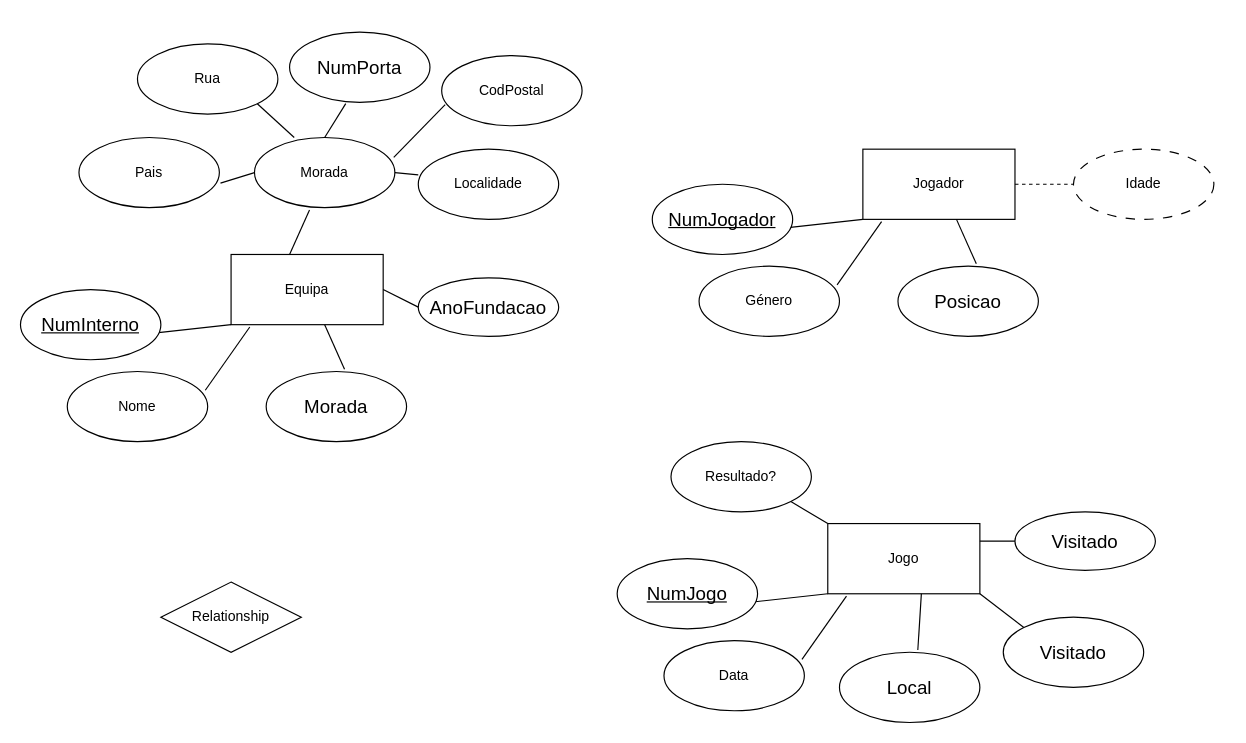
Earlier version of the draw.io diagram Equipas.drawio (RubenA2109/diagramas). Source tidied: cells renumbered, new cells numbered last; positions are measured from the earlier drawing's top-left corner, leaving out a move shared by most shapes. Both pictures are drawn from the tidied source at 117%, with x=0, y=0 at pixel (20, 32).
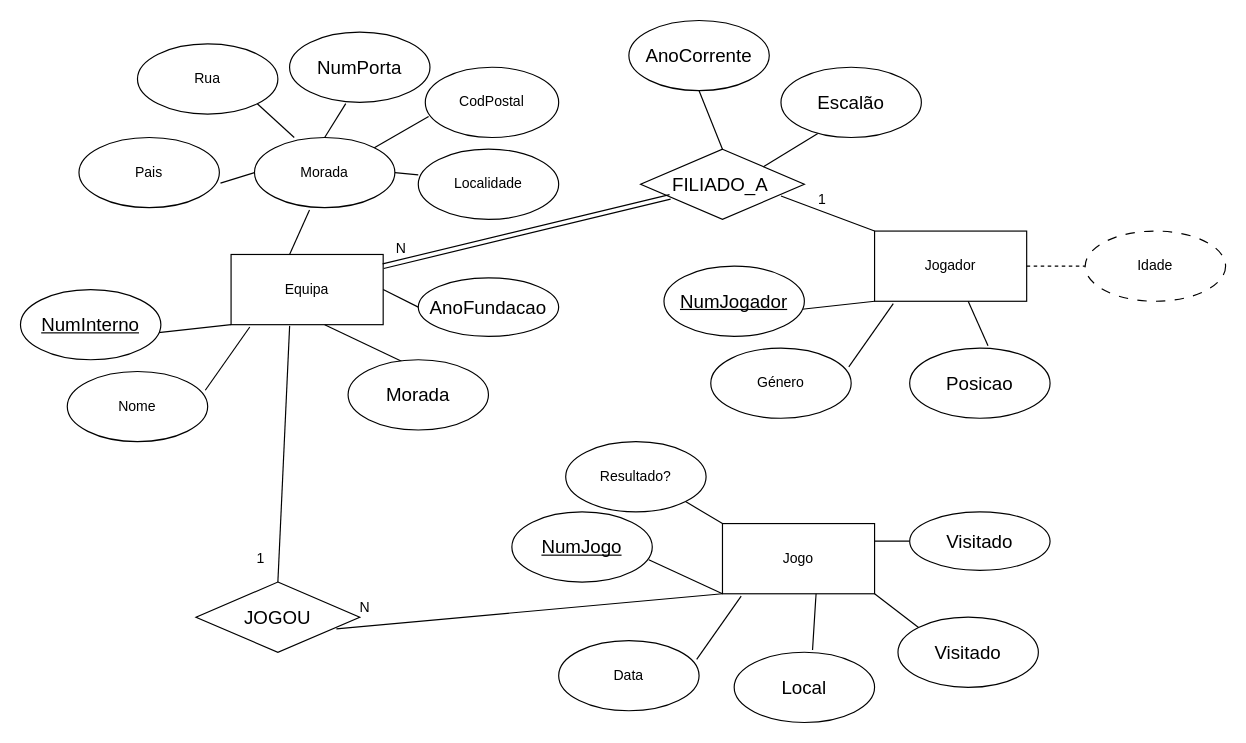
Above is the later version.

The change refers to these unchanged cells:
```xml
<mxCell id="2" value="Equipa" style="rounded=0;whiteSpace=wrap;html=1;" parent="1" vertex="1">
  <mxGeometry x="180" y="190" width="130" height="60" as="geometry" />
</mxCell>
<mxCell id="10" value="Morada" style="ellipse;whiteSpace=wrap;html=1;" parent="1" vertex="1">
  <mxGeometry x="200" y="90" width="120" height="60" as="geometry" />
</mxCell>
```

What changed in the source:
```diff
@@
-    <mxCell id="7" style="endArrow=none;html=1;rounded=0;entryX=0;entryY=1;entryDx=0;entryDy=0;exitX=0.558;exitY=-0.033;exitDx=0;exitDy=0;exitPerimeter=0;" parent="1" edge="1" source="8">
+    <mxCell id="7" style="endArrow=none;html=1;rounded=0;entryX=0;entryY=1;entryDx=0;entryDy=0;exitX=0.392;exitY=0.033;exitDx=0;exitDy=0;exitPerimeter=0;" parent="1" edge="1" source="8">
       <mxGeometry relative="1" as="geometry">
         <mxPoint x="260" y="250" as="targetPoint" />
       </mxGeometry>
     </mxCell>
     <mxCell id="8" value="&lt;span id=&quot;docs-internal-guid-864a7e43-7fff-2307-8ba5-d3fcd2a51fee&quot;&gt;&lt;span style=&quot;font-size: 12pt; font-family: Calibri, sans-serif; background-color: transparent; font-variant-numeric: normal; font-variant-east-asian: normal; font-variant-alternates: normal; font-variant-position: normal; font-variant-emoji: normal; vertical-align: baseline; white-space-collapse: preserve;&quot;&gt;Morada&lt;/span&gt;&lt;/span&gt;" style="ellipse;whiteSpace=wrap;html=1;" parent="1" vertex="1">
-      <mxGeometry x="210" y="290" width="120" height="60" as="geometry" />
+      <mxGeometry x="280" y="280" width="120" height="60" as="geometry" />
     </mxCell>
@@
     <mxCell id="17" value="CodPostal" style="ellipse;whiteSpace=wrap;html=1;" parent="1" vertex="1">
-      <mxGeometry x="360" y="20" width="120" height="60" as="geometry" />
+      <mxGeometry x="346" y="30" width="114" height="60" as="geometry" />
     </mxCell>
-    <mxCell id="18" style="endArrow=none;html=1;rounded=0;entryX=0.025;entryY=0.7;entryDx=0;entryDy=0;entryPerimeter=0;exitX=0.992;exitY=0.283;exitDx=0;exitDy=0;exitPerimeter=0;" parent="1" edge="1" source="10" target="17">
+    <mxCell id="18" style="endArrow=none;html=1;rounded=0;entryX=0.025;entryY=0.7;entryDx=0;entryDy=0;entryPerimeter=0;exitX=1;exitY=0;exitDx=0;exitDy=0;" parent="1" edge="1" source="10" target="17">
       <mxGeometry relative="1" as="geometry" />
     </mxCell>
@@
     <mxCell id="23" value="Jogador" style="rounded=0;whiteSpace=wrap;html=1;" parent="1" vertex="1">
-      <mxGeometry x="720" y="100" width="130" height="60" as="geometry" />
+      <mxGeometry x="730" y="170" width="130" height="60" as="geometry" />
     </mxCell>
     <mxCell id="24" style="endArrow=none;html=1;rounded=0;exitX=0.967;exitY=0.617;exitDx=0;exitDy=0;exitPerimeter=0;" parent="1" edge="1" source="25">
       <mxGeometry relative="1" as="geometry">
-        <mxPoint x="720" y="160" as="targetPoint" />
+        <mxPoint x="730" y="230" as="targetPoint" />
       </mxGeometry>
     </mxCell>
     <mxCell id="25" value="&lt;span id=&quot;docs-internal-guid-fb074735-7fff-1467-12a6-5c1d7fd0b527&quot;&gt;&lt;span style=&quot;font-size: 12pt; font-family: Calibri, sans-serif; background-color: transparent; font-variant-numeric: normal; font-variant-east-asian: normal; font-variant-alternates: normal; font-variant-position: normal; font-variant-emoji: normal; text-decoration-line: underline; text-decoration-skip-ink: none; vertical-align: baseline; white-space-collapse: preserve;&quot;&gt;NumJogador&lt;/span&gt;&lt;/span&gt;" style="ellipse;whiteSpace=wrap;html=1;" parent="1" vertex="1">
-      <mxGeometry x="540" y="130" width="120" height="60" as="geometry" />
+      <mxGeometry x="550" y="200" width="120" height="60" as="geometry" />
     </mxCell>
@@
     <mxCell id="27" value="Género" style="ellipse;whiteSpace=wrap;html=1;" parent="1" vertex="1">
-      <mxGeometry x="580" y="200" width="120" height="60" as="geometry" />
+      <mxGeometry x="590" y="270" width="120" height="60" as="geometry" />
     </mxCell>
     <mxCell id="28" style="endArrow=none;html=1;rounded=0;entryX=0;entryY=1;entryDx=0;entryDy=0;exitX=0.558;exitY=-0.033;exitDx=0;exitDy=0;exitPerimeter=0;" parent="1" edge="1" source="29">
       <mxGeometry relative="1" as="geometry">
-        <mxPoint x="800" y="160" as="targetPoint" />
+        <mxPoint x="810" y="230" as="targetPoint" />
       </mxGeometry>
     </mxCell>
     <mxCell id="29" value="&lt;span id=&quot;docs-internal-guid-864a7e43-7fff-2307-8ba5-d3fcd2a51fee&quot;&gt;&lt;span style=&quot;font-size: 12pt; font-family: Calibri, sans-serif; background-color: transparent; font-variant-numeric: normal; font-variant-east-asian: normal; font-variant-alternates: normal; font-variant-position: normal; font-variant-emoji: normal; vertical-align: baseline; white-space-collapse: preserve;&quot;&gt;Posicao&lt;/span&gt;&lt;/span&gt;" style="ellipse;whiteSpace=wrap;html=1;" parent="1" vertex="1">
-      <mxGeometry x="750" y="200" width="120" height="60" as="geometry" />
+      <mxGeometry x="760" y="270" width="120" height="60" as="geometry" />
     </mxCell>
     <mxCell id="30" style="endArrow=none;dashed=1;html=1;rounded=0;exitX=1;exitY=0.5;exitDx=0;exitDy=0;" parent="1" edge="1" source="23">
       <mxGeometry relative="1" as="geometry">
-        <mxPoint x="900" y="130" as="targetPoint" />
+        <mxPoint x="910" y="200" as="targetPoint" />
       </mxGeometry>
     </mxCell>
     <mxCell id="31" value="Idade" style="ellipse;whiteSpace=wrap;html=1;dashed=1;dashPattern=8 8;" parent="1" vertex="1">
-      <mxGeometry x="900" y="100" width="120" height="60" as="geometry" />
+      <mxGeometry x="910" y="170" width="120" height="60" as="geometry" />
     </mxCell>
     <mxCell id="32" value="Jogo" style="rounded=0;whiteSpace=wrap;html=1;" parent="1" vertex="1">
-      <mxGeometry x="690" y="420" width="130" height="60" as="geometry" />
+      <mxGeometry x="600" y="420" width="130" height="60" as="geometry" />
     </mxCell>
-    <mxCell id="33" style="endArrow=none;html=1;rounded=0;exitX=0.967;exitY=0.617;exitDx=0;exitDy=0;exitPerimeter=0;" parent="1" edge="1" source="34">
+    <mxCell id="33" style="endArrow=none;html=1;rounded=0;exitX=0.975;exitY=0.683;exitDx=0;exitDy=0;exitPerimeter=0;" parent="1" edge="1" source="34">
       <mxGeometry relative="1" as="geometry">
-        <mxPoint x="690" y="480" as="targetPoint" />
+        <mxPoint x="600" y="480" as="targetPoint" />
       </mxGeometry>
     </mxCell>
     <mxCell id="34" value="&lt;span id=&quot;docs-internal-guid-fb074735-7fff-1467-12a6-5c1d7fd0b527&quot;&gt;&lt;span style=&quot;font-size: 12pt; font-family: Calibri, sans-serif; background-color: transparent; font-variant-numeric: normal; font-variant-east-asian: normal; font-variant-alternates: normal; font-variant-position: normal; font-variant-emoji: normal; text-decoration-line: underline; text-decoration-skip-ink: none; vertical-align: baseline; white-space-collapse: preserve;&quot;&gt;NumJogo&lt;/span&gt;&lt;/span&gt;" style="ellipse;whiteSpace=wrap;html=1;" parent="1" vertex="1">
-      <mxGeometry x="510" y="450" width="120" height="60" as="geometry" />
+      <mxGeometry x="420" y="410" width="120" height="60" as="geometry" />
     </mxCell>
@@
     <mxCell id="36" value="Data" style="ellipse;whiteSpace=wrap;html=1;" parent="1" vertex="1">
-      <mxGeometry x="550" y="520" width="120" height="60" as="geometry" />
+      <mxGeometry x="460" y="520" width="120" height="60" as="geometry" />
     </mxCell>
     <mxCell id="37" style="endArrow=none;html=1;rounded=0;entryX=0;entryY=1;entryDx=0;entryDy=0;exitX=0.558;exitY=-0.033;exitDx=0;exitDy=0;exitPerimeter=0;" parent="1" edge="1" source="38">
       <mxGeometry relative="1" as="geometry">
-        <mxPoint x="770" y="480" as="targetPoint" />
+        <mxPoint x="680" y="480" as="targetPoint" />
       </mxGeometry>
     </mxCell>
     <mxCell id="38" value="&lt;span id=&quot;docs-internal-guid-864a7e43-7fff-2307-8ba5-d3fcd2a51fee&quot;&gt;&lt;span style=&quot;font-size: 12pt; font-family: Calibri, sans-serif; background-color: transparent; font-variant-numeric: normal; font-variant-east-asian: normal; font-variant-alternates: normal; font-variant-position: normal; font-variant-emoji: normal; vertical-align: baseline; white-space-collapse: preserve;&quot;&gt;Local&lt;/span&gt;&lt;/span&gt;" style="ellipse;whiteSpace=wrap;html=1;" parent="1" vertex="1">
-      <mxGeometry x="700" y="530" width="120" height="60" as="geometry" />
+      <mxGeometry x="610" y="530" width="120" height="60" as="geometry" />
     </mxCell>
@@
     <mxCell id="40" value="&lt;span id=&quot;docs-internal-guid-864a7e43-7fff-2307-8ba5-d3fcd2a51fee&quot;&gt;&lt;span style=&quot;font-size: 12pt; font-family: Calibri, sans-serif; background-color: transparent; font-variant-numeric: normal; font-variant-east-asian: normal; font-variant-alternates: normal; font-variant-position: normal; font-variant-emoji: normal; vertical-align: baseline; white-space-collapse: preserve;&quot;&gt;Visitado&lt;/span&gt;&lt;/span&gt;" style="ellipse;whiteSpace=wrap;html=1;" parent="1" vertex="1">
-      <mxGeometry x="840" y="500" width="120" height="60" as="geometry" />
+      <mxGeometry x="750" y="500" width="120" height="60" as="geometry" />
     </mxCell>
     <mxCell id="41" style="endArrow=none;html=1;rounded=0;exitX=1;exitY=0.5;exitDx=0;exitDy=0;entryX=0;entryY=0.5;entryDx=0;entryDy=0;" parent="1" edge="1" target="42">
       <mxGeometry relative="1" as="geometry">
-        <mxPoint x="820" y="435" as="sourcePoint" />
+        <mxPoint x="730" y="435" as="sourcePoint" />
       </mxGeometry>
     </mxCell>
     <mxCell id="42" value="&lt;span id=&quot;docs-internal-guid-02809a7c-7fff-371c-dbe4-12a1901e9a56&quot;&gt;&lt;span style=&quot;font-size: 12pt; font-family: Calibri, sans-serif; background-color: transparent; font-variant-numeric: normal; font-variant-east-asian: normal; font-variant-alternates: normal; font-variant-position: normal; font-variant-emoji: normal; vertical-align: baseline; white-space-collapse: preserve;&quot;&gt;Visitado&lt;/span&gt;&lt;/span&gt;" style="ellipse;whiteSpace=wrap;html=1;" parent="1" vertex="1">
-      <mxGeometry x="850" y="410" width="120" height="50" as="geometry" />
+      <mxGeometry x="760" y="410" width="120" height="50" as="geometry" />
     </mxCell>
@@
     <mxCell id="44" value="Resultado?" style="ellipse;whiteSpace=wrap;html=1;" parent="1" vertex="1">
-      <mxGeometry x="556" y="350" width="120" height="60" as="geometry" />
+      <mxGeometry x="466" y="350" width="120" height="60" as="geometry" />
     </mxCell>
-    <mxCell id="45" value="Relationship" style="shape=rhombus;perimeter=rhombusPerimeter;whiteSpace=wrap;html=1;align=center;" parent="1" vertex="1">
-      <mxGeometry x="120" y="470" width="120" height="60" as="geometry" />
+    <mxCell id="45" value="&lt;span id=&quot;docs-internal-guid-3bac1d76-7fff-3e42-20b9-e0b5040da520&quot;&gt;&lt;span style=&quot;font-size: 12pt; font-family: Calibri, sans-serif; background-color: transparent; font-variant-numeric: normal; font-variant-east-asian: normal; font-variant-alternates: normal; font-variant-position: normal; font-variant-emoji: normal; vertical-align: baseline; white-space-collapse: preserve;&quot;&gt;JOGOU&lt;/span&gt;&lt;/span&gt;" style="shape=rhombus;perimeter=rhombusPerimeter;whiteSpace=wrap;html=1;align=center;" parent="1" vertex="1">
+      <mxGeometry x="150" y="470" width="140" height="60" as="geometry" />
     </mxCell>
+    <mxCell id="46" style="endArrow=none;html=1;rounded=0;entryX=0.385;entryY=1.017;entryDx=0;entryDy=0;entryPerimeter=0;exitX=0.5;exitY=0;exitDx=0;exitDy=0;" parent="1" edge="1" source="45" target="2">
+      <mxGeometry relative="1" as="geometry" />
+    </mxCell>
+    <mxCell id="47" value="&lt;span id=&quot;docs-internal-guid-068f5c22-7fff-2dc6-6867-d4454d6422a6&quot;&gt;&lt;span style=&quot;font-size: 12pt; font-family: Calibri, sans-serif; background-color: transparent; font-variant-numeric: normal; font-variant-east-asian: normal; font-variant-alternates: normal; font-variant-position: normal; font-variant-emoji: normal; vertical-align: baseline; white-space-collapse: preserve;&quot;&gt;FILIADO_A &lt;/span&gt;&lt;/span&gt;" style="shape=rhombus;perimeter=rhombusPerimeter;whiteSpace=wrap;html=1;align=center;" parent="1" vertex="1">
+      <mxGeometry x="530" y="100" width="140" height="60" as="geometry" />
+    </mxCell>
+    <mxCell id="48" style="endArrow=none;html=1;rounded=0;exitX=1;exitY=0;exitDx=0;exitDy=0;entryX=0.283;entryY=0.917;entryDx=0;entryDy=0;entryPerimeter=0;" parent="1" edge="1" source="47" target="51">
+      <mxGeometry relative="1" as="geometry" />
+    </mxCell>
+    <mxCell id="49" style="endArrow=none;html=1;rounded=0;entryX=0.5;entryY=1;entryDx=0;entryDy=0;" parent="1" edge="1" target="50">
+      <mxGeometry relative="1" as="geometry">
+        <mxPoint x="600" y="100" as="sourcePoint" />
+      </mxGeometry>
+    </mxCell>
+    <mxCell id="50" value="&lt;span id=&quot;docs-internal-guid-519835f9-7fff-7881-be77-e146aec1e34f&quot;&gt;&lt;span style=&quot;font-size: 12pt; font-family: Calibri, sans-serif; background-color: transparent; font-variant-numeric: normal; font-variant-east-asian: normal; font-variant-alternates: normal; font-variant-position: normal; font-variant-emoji: normal; vertical-align: baseline; white-space-collapse: preserve;&quot;&gt;AnoCorrente&lt;/span&gt;&lt;/span&gt;" style="ellipse;whiteSpace=wrap;html=1;" parent="1" vertex="1">
+      <mxGeometry x="520" y="-10" width="120" height="60" as="geometry" />
+    </mxCell>
+    <mxCell id="51" value="&lt;span id=&quot;docs-internal-guid-5716009d-7fff-8a31-f62c-f3be3be26c6c&quot;&gt;&lt;span style=&quot;font-size: 12pt; font-family: Calibri, sans-serif; background-color: transparent; font-variant-numeric: normal; font-variant-east-asian: normal; font-variant-alternates: normal; font-variant-position: normal; font-variant-emoji: normal; vertical-align: baseline; white-space-collapse: preserve;&quot;&gt;Escalão&lt;/span&gt;&lt;/span&gt;" style="ellipse;whiteSpace=wrap;html=1;" parent="1" vertex="1">
+      <mxGeometry x="650" y="30" width="120" height="60" as="geometry" />
+    </mxCell>
+    <mxCell id="52" style="endArrow=none;html=1;rounded=0;exitX=0;exitY=0;exitDx=0;exitDy=0;" parent="1" edge="1" source="23">
+      <mxGeometry relative="1" as="geometry">
+        <mxPoint x="650" y="140" as="targetPoint" />
+      </mxGeometry>
+    </mxCell>
+    <mxCell id="53" value="1" style="text;html=1;align=center;verticalAlign=middle;strokeColor=none;fillColor=none;" parent="1" vertex="1">
+      <mxGeometry x="670" y="128" width="30" height="30" as="geometry" />
+    </mxCell>
+    <mxCell id="54" value="1" style="text;html=1;align=center;verticalAlign=middle;strokeColor=none;fillColor=none;" parent="1" vertex="1">
+      <mxGeometry x="190" y="435" width="30" height="30" as="geometry" />
+    </mxCell>
+    <mxCell id="55" value="N" style="text;html=1;align=center;verticalAlign=middle;strokeColor=none;fillColor=none;" parent="1" vertex="1">
+      <mxGeometry x="310" y="170" width="30" height="30" as="geometry" />
+    </mxCell>
+    <mxCell id="56" style="shape=link;html=1;rounded=0;" parent="1" edge="1" target="47">
+      <mxGeometry relative="1" as="geometry">
+        <mxPoint x="310" y="200" as="sourcePoint" />
+      </mxGeometry>
+    </mxCell>
+    <mxCell id="57" style="endArrow=none;html=1;rounded=0;entryX=0;entryY=1;entryDx=0;entryDy=0;" parent="1" edge="1" target="32">
+      <mxGeometry relative="1" as="geometry">
+        <mxPoint x="270" y="510" as="sourcePoint" />
+      </mxGeometry>
+    </mxCell>
+    <mxCell id="58" value="N" style="html=1;whiteSpace=wrap;align=right;verticalAlign=bottom;" parent="57" vertex="1">
+      <mxGeometry x="1" relative="1" as="geometry">
+        <mxPoint x="-300" y="20" as="offset" />
+      </mxGeometry>
+    </mxCell>
```
